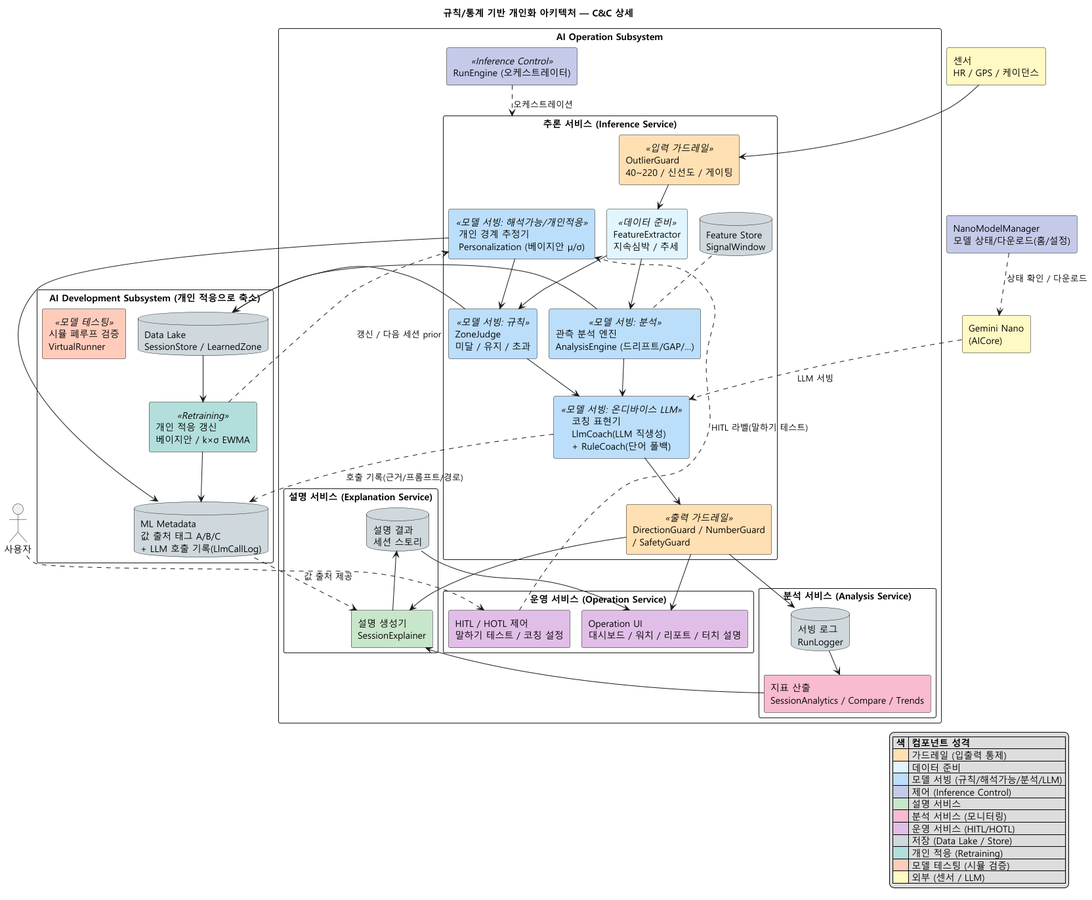
Above: arch/diagrams/02-component-cnc.png in tenyearslove/zone2runner (PlantUML), before the change.
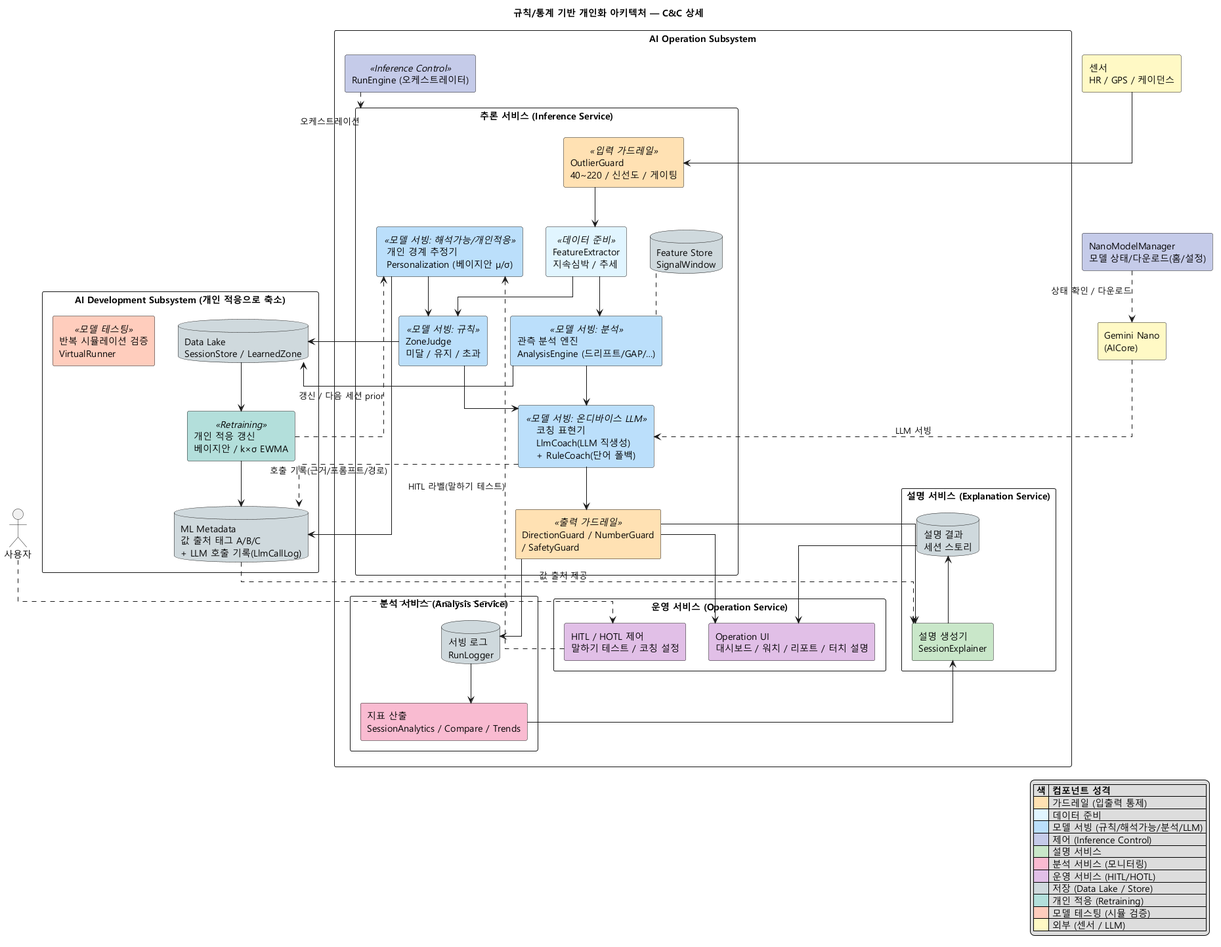
After the change.

Change to the diagram source:
```diff
@@ -1,5 +1,4 @@
 @startuml
-!pragma layout smetana
 title 규칙/통계 기반 개인화 아키텍처 — C&C 상세
 skinparam defaultFontName "Malgun Gothic"
 skinparam componentStyle rectangle
@@ -46,7 +45,7 @@
   component "개인 적응 갱신\n베이지안 / k×σ EWMA" <<Retraining>> as ADAPT #B2DFDB
   database "Data Lake\nSessionStore / LearnedZone" as DLAKE #CFD8DC
   database "ML Metadata\n값 출처 태그 A/B/C\n+ LLM 호출 기록(LlmCallLog)" as META #CFD8DC
-  component "시뮬 폐루프 검증\nVirtualRunner" <<모델 테스팅>> as SIM #FFCCBC
+  component "반복 시뮬레이션 검증\nVirtualRunner" <<모델 테스팅>> as SIM #FFCCBC
 }
 
 Sensors --> IG
```
